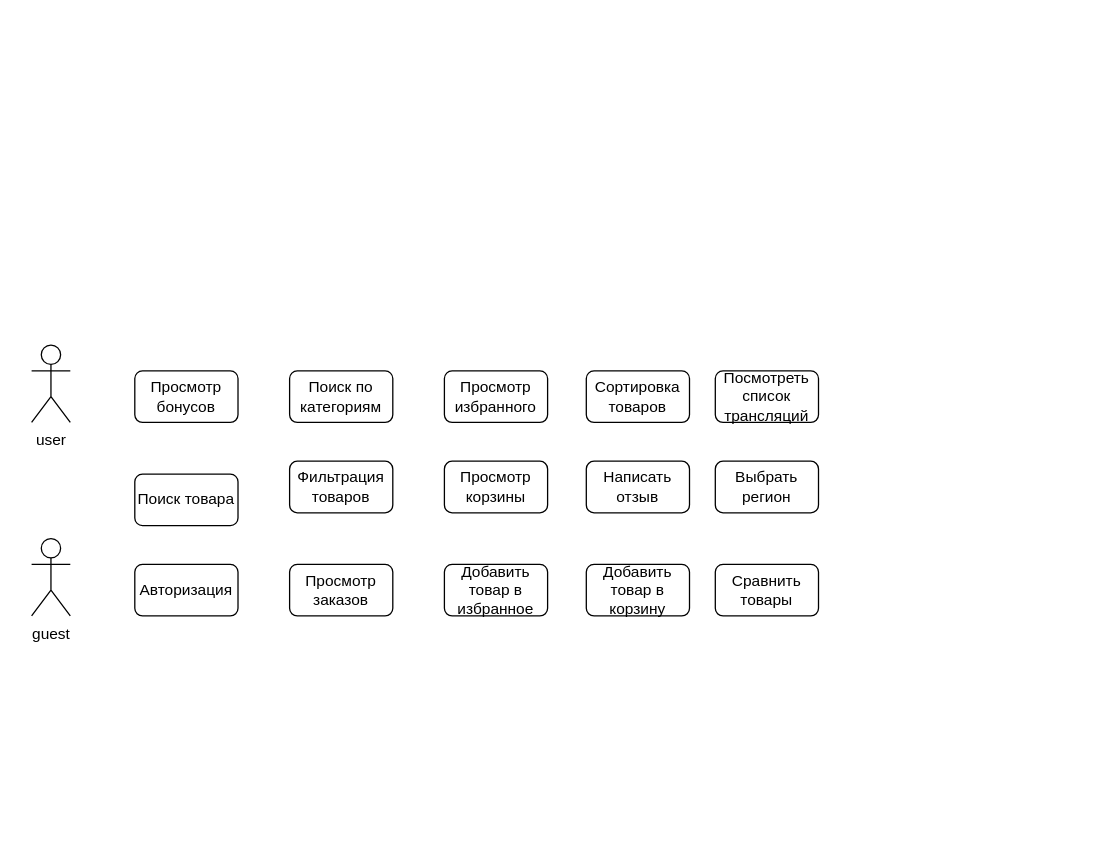
nbiryulin/testing keeps this draw.io diagram as Untitled Diagram.drawio. Above is the earlier version. Source tidied: cells renumbered, new cells numbered last; positions are measured from the earlier drawing's top-left corner, leaving out a move shared by most shapes. Both pictures are drawn from the tidied source at 129%, with x=0, y=0 at pixel (31, 344).
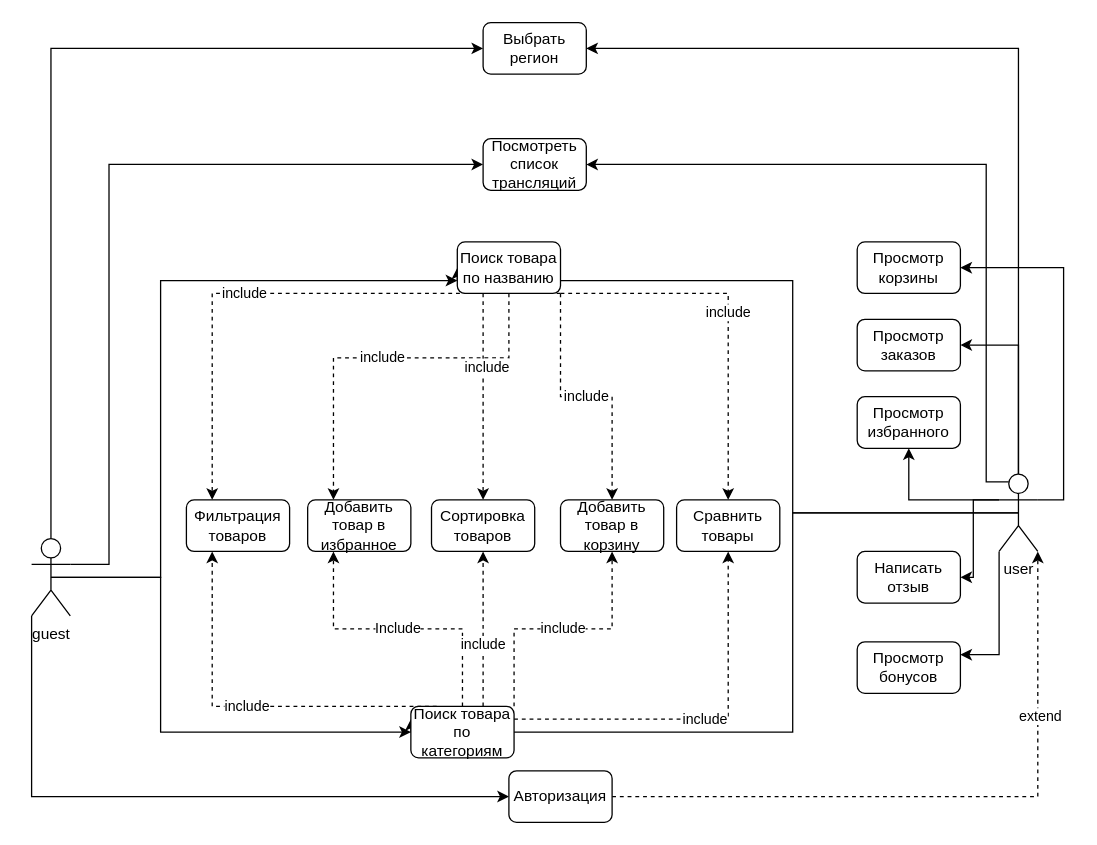
The same page after the edit.

Unchanged cells that the change refers to:
```xml
<mxCell id="3" value="guest&lt;br&gt;" style="shape=umlActor;verticalLabelPosition=bottom;verticalAlign=top;html=1;outlineConnect=0;" parent="1" vertex="1">
  <mxGeometry y="150" width="30" height="60" as="geometry" />
</mxCell>
```

Change to the diagram source:
```diff
@@
+    <mxCell id="19" style="edgeStyle=orthogonalEdgeStyle;rounded=0;jettySize=auto;html=1;exitX=0.5;exitY=0.5;exitDx=0;exitDy=0;exitPerimeter=0;entryX=0;entryY=0.5;entryDx=0;entryDy=0;" parent="1" edge="1" source="2" target="5">
+      <mxGeometry relative="1" as="geometry">
+        <Array as="points">
+          <mxPoint x="590" y="130" />
+          <mxPoint x="590" y="-50" />
+        </Array>
+      </mxGeometry>
+    </mxCell>
+    <mxCell id="20" style="edgeStyle=orthogonalEdgeStyle;rounded=0;jettySize=auto;html=1;exitX=0.5;exitY=0.5;exitDx=0;exitDy=0;exitPerimeter=0;entryX=0;entryY=0.25;entryDx=0;entryDy=0;" parent="1" edge="1" source="2" target="47">
+      <mxGeometry relative="1" as="geometry">
+        <Array as="points">
+          <mxPoint x="590" y="130" />
+          <mxPoint x="590" y="300" />
+        </Array>
+      </mxGeometry>
+    </mxCell>
+    <mxCell id="21" style="edgeStyle=orthogonalEdgeStyle;rounded=0;jettySize=auto;html=1;exitX=0.5;exitY=0;exitDx=0;exitDy=0;exitPerimeter=0;entryX=1;entryY=0.5;entryDx=0;entryDy=0;" parent="1" edge="1" source="2" target="17">
+      <mxGeometry relative="1" as="geometry" />
+    </mxCell>
+    <mxCell id="22" style="edgeStyle=orthogonalEdgeStyle;rounded=0;jettySize=auto;html=1;exitX=0.25;exitY=0.1;exitDx=0;exitDy=0;exitPerimeter=0;entryX=1;entryY=0.5;entryDx=0;entryDy=0;" parent="1" edge="1" source="2" target="18">
+      <mxGeometry relative="1" as="geometry">
+        <Array as="points">
+          <mxPoint x="740" y="106" />
+          <mxPoint x="740" y="-140" />
+        </Array>
+      </mxGeometry>
+    </mxCell>
+    <mxCell id="23" style="edgeStyle=orthogonalEdgeStyle;rounded=0;jettySize=auto;html=1;exitX=0;exitY=1;exitDx=0;exitDy=0;exitPerimeter=0;entryX=1;entryY=0.25;entryDx=0;entryDy=0;" parent="1" edge="1" source="2" target="6">
+      <mxGeometry relative="1" as="geometry" />
+    </mxCell>
+    <mxCell id="24" style="edgeStyle=orthogonalEdgeStyle;rounded=0;jettySize=auto;html=1;exitX=0;exitY=0.3333333333333333;exitDx=0;exitDy=0;exitPerimeter=0;" parent="1" edge="1" source="2" target="15">
+      <mxGeometry relative="1" as="geometry" />
+    </mxCell>
+    <mxCell id="25" style="edgeStyle=orthogonalEdgeStyle;rounded=0;jettySize=auto;html=1;exitX=0;exitY=0.3333333333333333;exitDx=0;exitDy=0;exitPerimeter=0;" parent="1" edge="1" source="2" target="8">
+      <mxGeometry relative="1" as="geometry" />
+    </mxCell>
+    <mxCell id="26" style="edgeStyle=orthogonalEdgeStyle;rounded=0;jettySize=auto;html=1;exitX=0.5;exitY=0;exitDx=0;exitDy=0;exitPerimeter=0;entryX=1;entryY=0.5;entryDx=0;entryDy=0;" parent="1" edge="1" source="2" target="7">
+      <mxGeometry relative="1" as="geometry" />
+    </mxCell>
+    <mxCell id="27" style="edgeStyle=orthogonalEdgeStyle;rounded=0;jettySize=auto;html=1;exitX=0.5;exitY=0;exitDx=0;exitDy=0;exitPerimeter=0;entryX=1;entryY=0.5;entryDx=0;entryDy=0;strokeColor=none;" parent="1" edge="1" source="2" target="9">
+      <mxGeometry relative="1" as="geometry" />
+    </mxCell>
+    <mxCell id="28" style="edgeStyle=orthogonalEdgeStyle;rounded=0;jettySize=auto;html=1;exitX=1;exitY=0.3333333333333333;exitDx=0;exitDy=0;exitPerimeter=0;entryX=1;entryY=0.5;entryDx=0;entryDy=0;" parent="1" edge="1" source="2" target="9">
+      <mxGeometry relative="1" as="geometry" />
+    </mxCell>
     <mxCell id="2" value="user&lt;br&gt;" style="shape=umlActor;verticalLabelPosition=bottom;verticalAlign=top;html=1;outlineConnect=0;" parent="1" vertex="1">
-      <mxGeometry width="30" height="60" as="geometry" />
+      <mxGeometry x="750" y="100" width="30" height="60" as="geometry" />
     </mxCell>
+    <mxCell id="29" style="edgeStyle=orthogonalEdgeStyle;rounded=0;jettySize=auto;html=1;exitX=0.5;exitY=0.5;exitDx=0;exitDy=0;exitPerimeter=0;entryX=0;entryY=0.75;entryDx=0;entryDy=0;" parent="1" edge="1" source="3" target="5">
+      <mxGeometry relative="1" as="geometry">
+        <Array as="points">
+          <mxPoint x="100" y="180" />
+          <mxPoint x="100" y="-50" />
+        </Array>
+      </mxGeometry>
+    </mxCell>
+    <mxCell id="30" style="edgeStyle=orthogonalEdgeStyle;rounded=0;jettySize=auto;html=1;exitX=0.5;exitY=0.5;exitDx=0;exitDy=0;exitPerimeter=0;entryX=0;entryY=0.5;entryDx=0;entryDy=0;" parent="1" edge="1" source="3" target="47">
+      <mxGeometry relative="1" as="geometry">
+        <Array as="points">
+          <mxPoint x="100" y="180" />
+          <mxPoint x="100" y="300" />
+        </Array>
+      </mxGeometry>
+    </mxCell>
+    <mxCell id="31" style="edgeStyle=orthogonalEdgeStyle;rounded=0;jettySize=auto;html=1;exitX=0;exitY=1;exitDx=0;exitDy=0;exitPerimeter=0;entryX=0;entryY=0.5;entryDx=0;entryDy=0;" parent="1" edge="1" source="3" target="4">
+      <mxGeometry relative="1" as="geometry" />
+    </mxCell>
+    <mxCell id="32" style="edgeStyle=orthogonalEdgeStyle;rounded=0;jettySize=auto;html=1;exitX=0.5;exitY=0;exitDx=0;exitDy=0;exitPerimeter=0;entryX=0;entryY=0.5;entryDx=0;entryDy=0;" parent="1" edge="1" source="3" target="17">
+      <mxGeometry relative="1" as="geometry" />
+    </mxCell>
+    <mxCell id="33" style="edgeStyle=orthogonalEdgeStyle;rounded=0;jettySize=auto;html=1;exitX=1;exitY=0.3333333333333333;exitDx=0;exitDy=0;exitPerimeter=0;entryX=0;entryY=0.5;entryDx=0;entryDy=0;" parent="1" edge="1" source="3" target="18">
+      <mxGeometry relative="1" as="geometry">
+        <Array as="points">
+          <mxPoint x="60" y="170" />
+          <mxPoint x="60" y="-140" />
+        </Array>
+      </mxGeometry>
+    </mxCell>
@@
+    <mxCell id="34" style="edgeStyle=orthogonalEdgeStyle;rounded=0;jettySize=auto;html=1;exitX=1;exitY=0.5;exitDx=0;exitDy=0;entryX=1;entryY=1;entryDx=0;entryDy=0;entryPerimeter=0;dashed=1;" parent="1" edge="1" source="4" target="2">
+      <mxGeometry relative="1" as="geometry" />
+    </mxCell>
+    <mxCell id="35" value="extend" style="edgeLabel;html=1;align=center;verticalAlign=middle;" parent="34" vertex="1">
+      <mxGeometry x="0.51" y="-1" relative="1" as="geometry" />
+    </mxCell>
     <mxCell id="4" value="Авторизация&lt;br&gt;" style="rounded=1;whiteSpace=wrap;html=1;" parent="1" vertex="1">
-      <mxGeometry x="80" y="170" width="80" height="40" as="geometry" />
+      <mxGeometry x="370" y="330" width="80" height="40" as="geometry" />
     </mxCell>
+    <mxCell id="36" value="include" style="edgeStyle=orthogonalEdgeStyle;rounded=0;jettySize=auto;html=1;exitX=0.25;exitY=1;exitDx=0;exitDy=0;entryX=0.25;entryY=0;entryDx=0;entryDy=0;dashed=1;" parent="1" edge="1" source="5" target="12">
+      <mxGeometry relative="1" as="geometry">
+        <Array as="points">
+          <mxPoint x="140" y="-40" />
+        </Array>
+      </mxGeometry>
+    </mxCell>
+    <mxCell id="37" value="include" style="edgeStyle=orthogonalEdgeStyle;rounded=0;jettySize=auto;html=1;exitX=0.5;exitY=1;exitDx=0;exitDy=0;entryX=0.25;entryY=0;entryDx=0;entryDy=0;dashed=1;" parent="1" edge="1" source="5" target="14">
+      <mxGeometry relative="1" as="geometry">
+        <Array as="points">
+          <mxPoint x="370" y="10" />
+          <mxPoint x="234" y="10" />
+        </Array>
+      </mxGeometry>
+    </mxCell>
+    <mxCell id="38" style="edgeStyle=orthogonalEdgeStyle;rounded=0;jettySize=auto;html=1;exitX=1;exitY=1;exitDx=0;exitDy=0;dashed=1;" parent="1" edge="1" source="5" target="13">
+      <mxGeometry relative="1" as="geometry">
+        <Array as="points">
+          <mxPoint x="350" y="-40" />
+        </Array>
+      </mxGeometry>
+    </mxCell>
+    <mxCell id="39" value="include" style="edgeLabel;html=1;align=center;verticalAlign=middle;" parent="38" vertex="1">
+      <mxGeometry x="0.05" y="2" relative="1" as="geometry" />
+    </mxCell>
+    <mxCell id="40" value="include" style="edgeStyle=orthogonalEdgeStyle;rounded=0;jettySize=auto;html=1;exitX=1;exitY=1;exitDx=0;exitDy=0;entryX=0.5;entryY=0;entryDx=0;entryDy=0;dashed=1;" parent="1" edge="1" source="5" target="10">
+      <mxGeometry relative="1" as="geometry" />
+    </mxCell>
+    <mxCell id="41" value="include" style="edgeStyle=orthogonalEdgeStyle;rounded=0;jettySize=auto;html=1;exitX=1;exitY=1;exitDx=0;exitDy=0;entryX=0.5;entryY=0;entryDx=0;entryDy=0;dashed=1;" parent="1" edge="1" source="5" target="16">
+      <mxGeometry relative="1" as="geometry">
+        <Array as="points">
+          <mxPoint x="540" y="-40" />
+        </Array>
+      </mxGeometry>
+    </mxCell>
-    <mxCell id="5" value="Поиск товара&lt;br&gt;" style="rounded=1;whiteSpace=wrap;html=1;" parent="1" vertex="1">
-      <mxGeometry x="80" y="100" width="80" height="40" as="geometry" />
+    <mxCell id="5" value="Поиск товара по названию" style="rounded=1;whiteSpace=wrap;html=1;" parent="1" vertex="1">
+      <mxGeometry x="330" y="-80" width="80" height="40" as="geometry" />
     </mxCell>
     <mxCell id="6" value="Просмотр бонусов" style="rounded=1;whiteSpace=wrap;html=1;" parent="1" vertex="1">
-      <mxGeometry x="80" y="20" width="80" height="40" as="geometry" />
+      <mxGeometry x="640" y="230" width="80" height="40" as="geometry" />
     </mxCell>
     <mxCell id="7" value="Просмотр заказов&lt;br&gt;" style="rounded=1;whiteSpace=wrap;html=1;" parent="1" vertex="1">
-      <mxGeometry x="200" y="170" width="80" height="40" as="geometry" />
+      <mxGeometry x="640" y="-20" width="80" height="40" as="geometry" />
     </mxCell>
     <mxCell id="8" value="Просмотр избранного" style="rounded=1;whiteSpace=wrap;html=1;" parent="1" vertex="1">
-      <mxGeometry x="320" y="20" width="80" height="40" as="geometry" />
+      <mxGeometry x="640" y="40" width="80" height="40" as="geometry" />
     </mxCell>
     <mxCell id="9" value="Просмотр корзины&lt;br&gt;" style="rounded=1;whiteSpace=wrap;html=1;" parent="1" vertex="1">
-      <mxGeometry x="320" y="90" width="80" height="40" as="geometry" />
+      <mxGeometry x="640" y="-80" width="80" height="40" as="geometry" />
     </mxCell>
     <mxCell id="10" value="Добавить товар в корзину" style="rounded=1;whiteSpace=wrap;html=1;" parent="1" vertex="1">
-      <mxGeometry x="430" y="170" width="80" height="40" as="geometry" />
+      <mxGeometry x="410" y="120" width="80" height="40" as="geometry" />
     </mxCell>
-    <mxCell id="11" value="Поиск по категориям" style="rounded=1;whiteSpace=wrap;html=1;" parent="1" vertex="1">
-      <mxGeometry x="200" y="20" width="80" height="40" as="geometry" />
-    </mxCell>
     <mxCell id="12" value="Фильтрация товаров" style="rounded=1;whiteSpace=wrap;html=1;" parent="1" vertex="1">
-      <mxGeometry x="200" y="90" width="80" height="40" as="geometry" />
+      <mxGeometry x="120" y="120" width="80" height="40" as="geometry" />
     </mxCell>
     <mxCell id="13" value="Сортировка товаров" style="rounded=1;whiteSpace=wrap;html=1;" parent="1" vertex="1">
-      <mxGeometry x="430" y="20" width="80" height="40" as="geometry" />
+      <mxGeometry x="310" y="120" width="80" height="40" as="geometry" />
     </mxCell>
     <mxCell id="14" value="Добавить товар в избранное" style="rounded=1;whiteSpace=wrap;html=1;" parent="1" vertex="1">
-      <mxGeometry x="320" y="170" width="80" height="40" as="geometry" />
+      <mxGeometry x="214" y="120" width="80" height="40" as="geometry" />
     </mxCell>
     <mxCell id="15" value="Написать отзыв&lt;br&gt;" style="rounded=1;whiteSpace=wrap;html=1;" parent="1" vertex="1">
-      <mxGeometry x="430" y="90" width="80" height="40" as="geometry" />
+      <mxGeometry x="640" y="160" width="80" height="40" as="geometry" />
     </mxCell>
     <mxCell id="16" value="Сравнить товары&lt;br&gt;" style="rounded=1;whiteSpace=wrap;html=1;" parent="1" vertex="1">
-      <mxGeometry x="530" y="170" width="80" height="40" as="geometry" />
+      <mxGeometry x="500" y="120" width="80" height="40" as="geometry" />
     </mxCell>
     <mxCell id="17" value="Выбрать регион" style="rounded=1;whiteSpace=wrap;html=1;" parent="1" vertex="1">
-      <mxGeometry x="530" y="90" width="80" height="40" as="geometry" />
+      <mxGeometry x="350" y="-250" width="80" height="40" as="geometry" />
     </mxCell>
     <mxCell id="18" value="Посмотреть список трансляций" style="rounded=1;whiteSpace=wrap;html=1;" parent="1" vertex="1">
-      <mxGeometry x="530" y="20" width="80" height="40" as="geometry" />
+      <mxGeometry x="350" y="-160" width="80" height="40" as="geometry" />
     </mxCell>
+    <mxCell id="42" value="include" style="edgeStyle=orthogonalEdgeStyle;rounded=0;jettySize=auto;html=1;exitX=0.25;exitY=0;exitDx=0;exitDy=0;entryX=0.25;entryY=1;entryDx=0;entryDy=0;dashed=1;" parent="1" edge="1" source="47" target="12">
+      <mxGeometry relative="1" as="geometry">
+        <Array as="points">
+          <mxPoint x="140" y="280" />
+        </Array>
+      </mxGeometry>
+    </mxCell>
+    <mxCell id="43" value="Include" style="edgeStyle=orthogonalEdgeStyle;rounded=0;jettySize=auto;html=1;exitX=0.5;exitY=0;exitDx=0;exitDy=0;dashed=1;entryX=0.25;entryY=1;entryDx=0;entryDy=0;" parent="1" edge="1" source="47" target="14">
+      <mxGeometry relative="1" as="geometry" />
+    </mxCell>
+    <mxCell id="44" value="include" style="edgeStyle=orthogonalEdgeStyle;rounded=0;jettySize=auto;html=1;exitX=0.75;exitY=0;exitDx=0;exitDy=0;entryX=0.5;entryY=1;entryDx=0;entryDy=0;dashed=1;" parent="1" edge="1" source="47" target="13">
+      <mxGeometry relative="1" as="geometry">
+        <Array as="points">
+          <mxPoint x="354" y="290" />
+          <mxPoint x="350" y="290" />
+        </Array>
+      </mxGeometry>
+    </mxCell>
+    <mxCell id="45" value="include" style="edgeStyle=orthogonalEdgeStyle;rounded=0;jettySize=auto;html=1;exitX=1;exitY=0;exitDx=0;exitDy=0;entryX=0.5;entryY=1;entryDx=0;entryDy=0;dashed=1;" parent="1" edge="1" source="47" target="10">
+      <mxGeometry relative="1" as="geometry" />
+    </mxCell>
+    <mxCell id="46" value="include" style="edgeStyle=orthogonalEdgeStyle;rounded=0;jettySize=auto;html=1;exitX=1;exitY=0.25;exitDx=0;exitDy=0;dashed=1;" parent="1" edge="1" source="47" target="16">
+      <mxGeometry relative="1" as="geometry" />
+    </mxCell>
+    <mxCell id="47" value="Поиск товара по категориям" style="rounded=1;whiteSpace=wrap;html=1;" parent="1" vertex="1">
+      <mxGeometry x="294" y="280" width="80" height="40" as="geometry" />
+    </mxCell>
```
